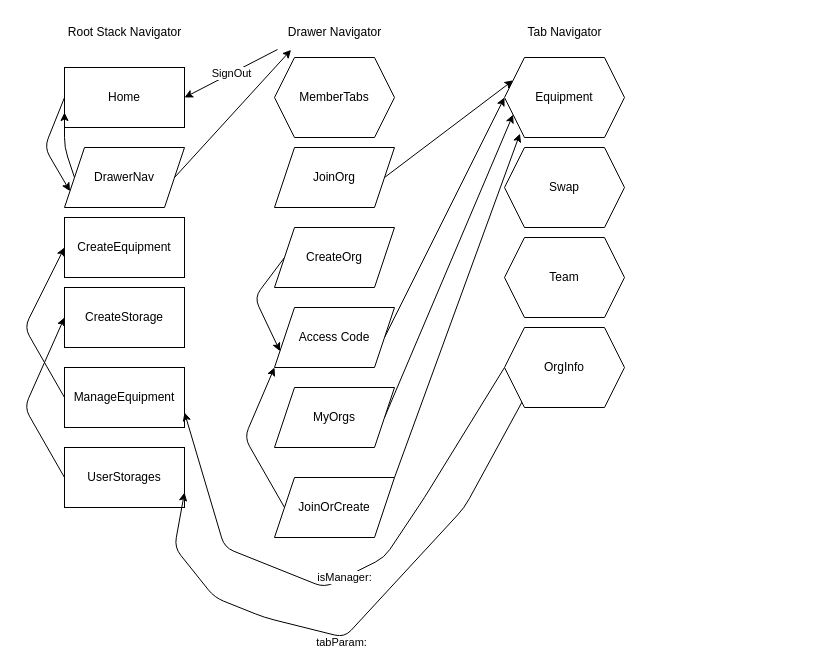
Before: documents/navigation.drawio in Dougu-Asa/Dougu, a draw.io diagram. Source tidied: cells renumbered, new cells numbered last; positions are measured from the earlier drawing's top-left corner, leaving out a move shared by most shapes. Both pictures are drawn from the tidied source at 100%, with x=0, y=0 at pixel (24, 17).
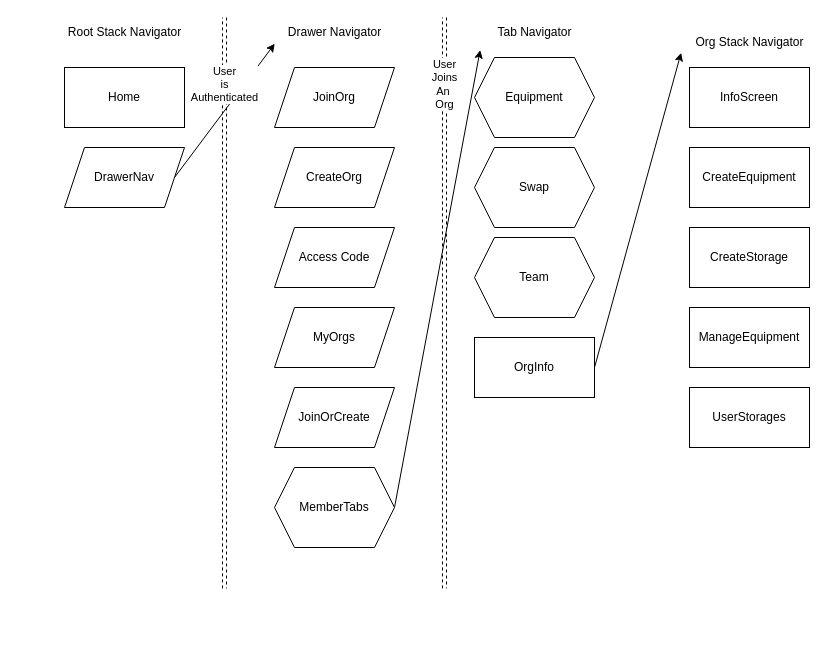
The same page after the edit.

The change refers to these unchanged cells:
```xml
<mxCell id="3" value="Home" style="whiteSpace=wrap;html=1;" parent="1" vertex="1">
  <mxGeometry x="40" y="50" width="120" height="60" as="geometry" />
</mxCell>
<mxCell id="13" value="DrawerNav" style="shape=parallelogram;perimeter=parallelogramPerimeter;whiteSpace=wrap;html=1;fixedSize=1;" parent="1" vertex="1">
  <mxGeometry x="40" y="130" width="120" height="60" as="geometry" />
</mxCell>
<mxCell id="14" value="Drawer Navigator" style="text;html=1;align=center;verticalAlign=middle;points=[];strokeColor=none;fillColor=none;" parent="1" vertex="1">
  <mxGeometry x="250" width="120" height="30" as="geometry" />
</mxCell>
```

What changed in the source:
```diff
@@
-    <mxCell id="2" style="edgeStyle=none;html=1;exitX=0;exitY=0.5;exitDx=0;exitDy=0;entryX=0;entryY=0.75;entryDx=0;entryDy=0;" parent="1" edge="1" source="3" target="13">
-      <mxGeometry relative="1" as="geometry">
-        <Array as="points">
-          <mxPoint x="20" y="130" />
-        </Array>
-      </mxGeometry>
-    </mxCell>
@@
-    <mxCell id="5" style="edgeStyle=none;html=1;exitX=0;exitY=0.5;exitDx=0;exitDy=0;entryX=0;entryY=0.5;entryDx=0;entryDy=0;" parent="1" edge="1" source="6" target="7">
-      <mxGeometry relative="1" as="geometry">
-        <Array as="points">
-          <mxPoint y="310" />
-        </Array>
-      </mxGeometry>
-    </mxCell>
     <mxCell id="6" value="ManageEquipment" style="whiteSpace=wrap;html=1;" parent="1" vertex="1">
-      <mxGeometry x="40" y="350" width="120" height="60" as="geometry" />
+      <mxGeometry x="665" y="290" width="120" height="60" as="geometry" />
     </mxCell>
     <mxCell id="7" value="CreateEquipment" style="whiteSpace=wrap;html=1;" parent="1" vertex="1">
-      <mxGeometry x="40" y="200" width="120" height="60" as="geometry" />
+      <mxGeometry x="665" y="130" width="120" height="60" as="geometry" />
     </mxCell>
-    <mxCell id="8" style="edgeStyle=none;html=1;exitX=0;exitY=0.5;exitDx=0;exitDy=0;entryX=0;entryY=0.5;entryDx=0;entryDy=0;" parent="1" edge="1" source="9" target="10">
-      <mxGeometry relative="1" as="geometry">
-        <Array as="points">
-          <mxPoint y="390" />
-        </Array>
-      </mxGeometry>
-    </mxCell>
     <mxCell id="9" value="UserStorages" style="whiteSpace=wrap;html=1;" parent="1" vertex="1">
-      <mxGeometry x="40" y="430" width="120" height="60" as="geometry" />
+      <mxGeometry x="665" y="370" width="120" height="60" as="geometry" />
     </mxCell>
     <mxCell id="10" value="CreateStorage" style="whiteSpace=wrap;html=1;" parent="1" vertex="1">
-      <mxGeometry x="40" y="270" width="120" height="60" as="geometry" />
+      <mxGeometry x="665" y="210" width="120" height="60" as="geometry" />
     </mxCell>
-    <mxCell id="11" style="edgeStyle=none;html=1;exitX=0;exitY=0.5;exitDx=0;exitDy=0;entryX=0;entryY=0.75;entryDx=0;entryDy=0;" parent="1" edge="1" source="13" target="3">
-      <mxGeometry relative="1" as="geometry">
-        <Array as="points">
-          <mxPoint x="40" y="130" />
-        </Array>
-      </mxGeometry>
-    </mxCell>
-    <mxCell id="12" style="edgeStyle=none;html=1;exitX=1;exitY=0.5;exitDx=0;exitDy=0;entryX=0.138;entryY=1.079;entryDx=0;entryDy=0;entryPerimeter=0;" parent="1" edge="1" source="13" target="14">
+    <mxCell id="12" style="edgeStyle=none;html=1;exitX=1;exitY=0.5;exitDx=0;exitDy=0;entryX=0.002;entryY=0.873;entryDx=0;entryDy=0;entryPerimeter=0;" parent="1" edge="1" source="13" target="14">
       <mxGeometry relative="1" as="geometry" />
     </mxCell>
@@
-    <mxCell id="15" style="edgeStyle=none;html=1;exitX=1;exitY=0.5;exitDx=0;exitDy=0;entryX=0;entryY=0.25;entryDx=0;entryDy=0;" parent="1" edge="1" source="17" target="28">
-      <mxGeometry relative="1" as="geometry" />
-    </mxCell>
+    <mxCell id="35" style="edgeStyle=none;html=1;exitX=1;exitY=0.5;exitDx=0;exitDy=0;entryX=-0.043;entryY=1.085;entryDx=0;entryDy=0;entryPerimeter=0;" parent="1" edge="1" source="16" target="27">
+      <mxGeometry relative="1" as="geometry" />
+    </mxCell>
     <mxCell id="16" value="MemberTabs" style="shape=hexagon;perimeter=hexagonPerimeter2;whiteSpace=wrap;html=1;fixedSize=1;" parent="1" vertex="1">
-      <mxGeometry x="250" y="40" width="120" height="80" as="geometry" />
+      <mxGeometry x="250" y="450" width="120" height="80" as="geometry" />
     </mxCell>
     <mxCell id="17" value="JoinOrg" style="shape=parallelogram;perimeter=parallelogramPerimeter;whiteSpace=wrap;html=1;fixedSize=1;" parent="1" vertex="1">
-      <mxGeometry x="250" y="130" width="120" height="60" as="geometry" />
+      <mxGeometry x="250" y="50" width="120" height="60" as="geometry" />
     </mxCell>
-    <mxCell id="18" style="edgeStyle=none;html=1;exitX=1;exitY=0.5;exitDx=0;exitDy=0;entryX=0;entryY=0.5;entryDx=0;entryDy=0;" parent="1" edge="1" source="21" target="28">
-      <mxGeometry relative="1" as="geometry" />
-    </mxCell>
-    <mxCell id="19" style="edgeStyle=none;html=1;exitX=0;exitY=0.5;exitDx=0;exitDy=0;entryX=0;entryY=0.75;entryDx=0;entryDy=0;" parent="1" edge="1" source="20" target="21">
-      <mxGeometry relative="1" as="geometry">
-        <Array as="points">
-          <mxPoint x="230" y="280" />
-        </Array>
-      </mxGeometry>
-    </mxCell>
     <mxCell id="20" value="CreateOrg" style="shape=parallelogram;perimeter=parallelogramPerimeter;whiteSpace=wrap;html=1;fixedSize=1;" parent="1" vertex="1">
-      <mxGeometry x="250" y="210" width="120" height="60" as="geometry" />
+      <mxGeometry x="250" y="130" width="120" height="60" as="geometry" />
     </mxCell>
     <mxCell id="21" value="Access Code" style="shape=parallelogram;perimeter=parallelogramPerimeter;whiteSpace=wrap;html=1;fixedSize=1;" parent="1" vertex="1">
-      <mxGeometry x="250" y="290" width="120" height="60" as="geometry" />
+      <mxGeometry x="250" y="210" width="120" height="60" as="geometry" />
     </mxCell>
-    <mxCell id="22" style="edgeStyle=none;html=1;exitX=1;exitY=0.5;exitDx=0;exitDy=0;entryX=0;entryY=0.75;entryDx=0;entryDy=0;" parent="1" edge="1" source="23" target="28">
-      <mxGeometry relative="1" as="geometry" />
-    </mxCell>
     <mxCell id="23" value="MyOrgs" style="shape=parallelogram;perimeter=parallelogramPerimeter;whiteSpace=wrap;html=1;fixedSize=1;" parent="1" vertex="1">
-      <mxGeometry x="250" y="370" width="120" height="60" as="geometry" />
+      <mxGeometry x="250" y="290" width="120" height="60" as="geometry" />
     </mxCell>
-    <mxCell id="24" style="edgeStyle=none;html=1;exitX=0;exitY=0.5;exitDx=0;exitDy=0;" parent="1" edge="1" source="26">
-      <mxGeometry relative="1" as="geometry">
-        <mxPoint x="250" y="350" as="targetPoint" />
-        <Array as="points">
-          <mxPoint x="220" y="420" />
-        </Array>
-      </mxGeometry>
-    </mxCell>
-    <mxCell id="25" style="edgeStyle=none;html=1;exitX=1;exitY=0;exitDx=0;exitDy=0;entryX=0.129;entryY=0.952;entryDx=0;entryDy=0;entryPerimeter=0;" parent="1" edge="1" source="26" target="28">
-      <mxGeometry relative="1" as="geometry" />
-    </mxCell>
     <mxCell id="26" value="JoinOrCreate" style="shape=parallelogram;perimeter=parallelogramPerimeter;whiteSpace=wrap;html=1;fixedSize=1;" parent="1" vertex="1">
-      <mxGeometry x="250" y="460" width="120" height="60" as="geometry" />
+      <mxGeometry x="250" y="370" width="120" height="60" as="geometry" />
     </mxCell>
     <mxCell id="27" value="Tab Navigator" style="text;html=1;align=center;verticalAlign=middle;points=[];strokeColor=none;fillColor=none;" parent="1" vertex="1">
-      <mxGeometry x="490" width="100" height="30" as="geometry" />
+      <mxGeometry x="460" width="100" height="30" as="geometry" />
     </mxCell>
     <mxCell id="28" value="Equipment" style="shape=hexagon;perimeter=hexagonPerimeter2;whiteSpace=wrap;html=1;fixedSize=1;" parent="1" vertex="1">
-      <mxGeometry x="480" y="40" width="120" height="80" as="geometry" />
+      <mxGeometry x="450" y="40" width="120" height="80" as="geometry" />
     </mxCell>
     <mxCell id="29" value="Swap" style="shape=hexagon;perimeter=hexagonPerimeter2;whiteSpace=wrap;html=1;fixedSize=1;" parent="1" vertex="1">
-      <mxGeometry x="480" y="130" width="120" height="80" as="geometry" />
+      <mxGeometry x="450" y="130" width="120" height="80" as="geometry" />
     </mxCell>
     <mxCell id="30" value="Team" style="shape=hexagon;perimeter=hexagonPerimeter2;whiteSpace=wrap;html=1;fixedSize=1;" parent="1" vertex="1">
-      <mxGeometry x="480" y="220" width="120" height="80" as="geometry" />
+      <mxGeometry x="450" y="220" width="120" height="80" as="geometry" />
     </mxCell>
-    <mxCell id="31" value="tabParam:" style="edgeStyle=none;html=1;entryX=1;entryY=0.75;entryDx=0;entryDy=0;" parent="1" edge="1" target="9">
-      <mxGeometry x="0.09" y="6" relative="1" as="geometry">
-        <mxPoint x="500" y="380" as="sourcePoint" />
-        <Array as="points">
-          <mxPoint x="440" y="490" />
-          <mxPoint x="320" y="620" />
-          <mxPoint x="240" y="600" />
-          <mxPoint x="190" y="580" />
-          <mxPoint x="150" y="530" />
-        </Array>
-      </mxGeometry>
-    </mxCell>
-    <mxCell id="32" value="isManager:" style="edgeStyle=none;html=1;exitX=0;exitY=0.5;exitDx=0;exitDy=0;entryX=1;entryY=0.75;entryDx=0;entryDy=0;" parent="1" edge="1" source="33" target="6">
-      <mxGeometry relative="1" as="geometry">
-        <Array as="points">
-          <mxPoint x="400" y="480" />
-          <mxPoint x="360" y="540" />
-          <mxPoint x="300" y="570" />
-          <mxPoint x="200" y="530" />
-        </Array>
-      </mxGeometry>
-    </mxCell>
+    <mxCell id="36" value="Org Stack Navigator" style="text;html=1;align=center;verticalAlign=middle;points=[];strokeColor=none;fillColor=none;" parent="1" vertex="1">
+      <mxGeometry x="660" y="10" width="130" height="30" as="geometry" />
+    </mxCell>
+    <mxCell id="37" value="InfoScreen" style="whiteSpace=wrap;html=1;" parent="1" vertex="1">
+      <mxGeometry x="665" y="50" width="120" height="60" as="geometry" />
+    </mxCell>
+    <mxCell id="38" style="orthogonalLoop=1;jettySize=auto;html=1;shape=link;dashed=1;" parent="1" edge="1">
+      <mxGeometry relative="1" as="geometry">
+        <mxPoint x="200" as="sourcePoint" />
+        <mxPoint x="200" y="570.9" as="targetPoint" />
+      </mxGeometry>
+    </mxCell>
+    <mxCell id="39" value="User&lt;br&gt;is&lt;br&gt;Authenticated" style="edgeLabel;html=1;align=center;verticalAlign=middle;" parent="38" vertex="1">
+      <mxGeometry x="-0.77" y="-1" relative="1" as="geometry" />
+    </mxCell>
+    <mxCell id="40" style="orthogonalLoop=1;jettySize=auto;html=1;shape=link;dashed=1;" parent="1" edge="1">
+      <mxGeometry relative="1" as="geometry">
+        <mxPoint x="420" as="sourcePoint" />
+        <mxPoint x="420" y="570.9" as="targetPoint" />
+      </mxGeometry>
+    </mxCell>
+    <mxCell id="41" value="User&lt;br&gt;Joins&lt;br&gt;An&amp;nbsp;&lt;br&gt;Org" style="edgeLabel;html=1;align=center;verticalAlign=middle;" parent="40" vertex="1">
+      <mxGeometry x="-0.77" y="-1" relative="1" as="geometry" />
+    </mxCell>
+    <mxCell id="42" style="edgeStyle=none;html=1;exitX=1;exitY=0.5;exitDx=0;exitDy=0;entryX=-0.026;entryY=0.842;entryDx=0;entryDy=0;entryPerimeter=0;" parent="1" edge="1" source="33" target="36">
+      <mxGeometry relative="1" as="geometry" />
+    </mxCell>
-    <mxCell id="33" value="OrgInfo" style="shape=hexagon;perimeter=hexagonPerimeter2;whiteSpace=wrap;html=1;fixedSize=1;" parent="1" vertex="1">
-      <mxGeometry x="480" y="310" width="120" height="80" as="geometry" />
+    <mxCell id="33" value="OrgInfo" style="whiteSpace=wrap;html=1;" parent="1" vertex="1">
+      <mxGeometry x="450" y="320" width="120" height="60" as="geometry" />
     </mxCell>
-    <mxCell id="34" value="SignOut" style="edgeStyle=none;html=1;exitX=0.025;exitY=1.067;exitDx=0;exitDy=0;entryX=1;entryY=0.5;entryDx=0;entryDy=0;exitPerimeter=0;" parent="1" edge="1" source="14" target="3">
-      <mxGeometry relative="1" as="geometry" />
-    </mxCell>
```
